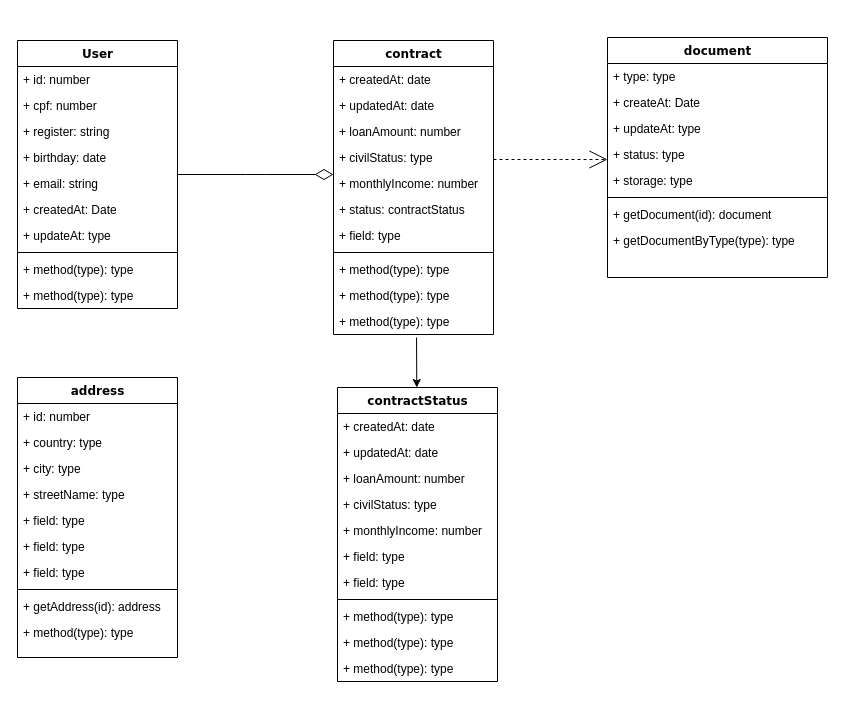
The draw.io diagram Untitled Diagram.drawio in MiltonQuirino/LoanContractManager, before the edit. Source tidied: cells renumbered, new cells numbered last; positions are measured from the earlier drawing's top-left corner, leaving out a move shared by most shapes. Both pictures are drawn from the tidied source at 100%, with x=0, y=0 at pixel (17, 37).
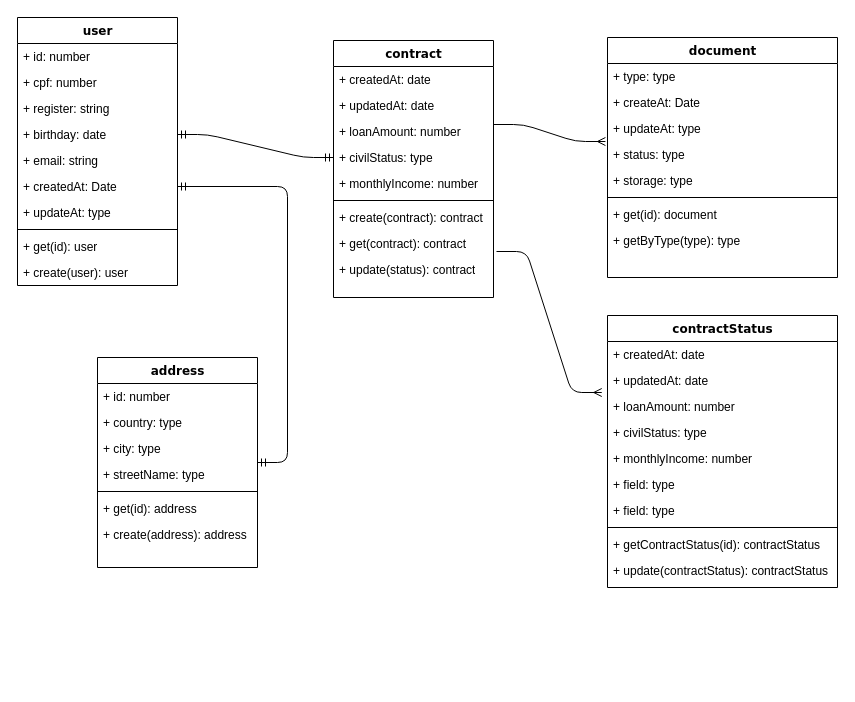
Above is the later version.

Unchanged cells that the change refers to:
```xml
<mxCell id="6" value="+ birthday: date" style="text;html=1;strokeColor=none;fillColor=none;align=left;verticalAlign=top;spacingLeft=4;spacingRight=4;whiteSpace=wrap;overflow=hidden;points=[[0,0.5],[1,0.5]];portConstraint=eastwest;" parent="2" vertex="1">
  <mxGeometry y="104" width="160" height="26" as="geometry" />
</mxCell>
<mxCell id="8" value="+ createdAt: Date" style="text;html=1;strokeColor=none;fillColor=none;align=left;verticalAlign=top;spacingLeft=4;spacingRight=4;whiteSpace=wrap;overflow=hidden;points=[[0,0.5],[1,0.5]];portConstraint=eastwest;" parent="2" vertex="1">
  <mxGeometry y="156" width="160" height="26" as="geometry" />
</mxCell>
<mxCell id="18" value="+ civilStatus: type" style="text;html=1;strokeColor=none;fillColor=none;align=left;verticalAlign=top;spacingLeft=4;spacingRight=4;whiteSpace=wrap;overflow=hidden;points=[[0,0.5],[1,0.5]];portConstraint=eastwest;" parent="14" vertex="1">
  <mxGeometry y="104" width="160" height="26" as="geometry" />
</mxCell>
```

Change to the diagram source:
```diff
@@
-    <mxCell id="2" value="User" style="swimlane;html=1;fontStyle=1;align=center;verticalAlign=top;horizontal=1;startSize=26;swimlaneFillColor=#ffffff;rounded=0;shadow=0;comic=0;labelBackgroundColor=none;strokeWidth=1;fillColor=none;fontFamily=Verdana;fontSize=12;" parent="1" vertex="1">
-      <mxGeometry y="3" width="160" height="268" as="geometry" />
+    <mxCell id="2" value="user" style="swimlane;html=1;fontStyle=1;align=center;verticalAlign=top;horizontal=1;startSize=26;swimlaneFillColor=#ffffff;rounded=0;shadow=0;comic=0;labelBackgroundColor=none;strokeWidth=1;fillColor=none;fontFamily=Verdana;fontSize=12;" parent="1" vertex="1">
+      <mxGeometry y="-20" width="160" height="268" as="geometry" />
     </mxCell>
@@
-    <mxCell id="11" value="+ method(type): type" style="text;html=1;strokeColor=none;fillColor=none;align=left;verticalAlign=top;spacingLeft=4;spacingRight=4;whiteSpace=wrap;overflow=hidden;" parent="2" vertex="1">
+    <mxCell id="11" value="+ get(id): user" style="text;html=1;strokeColor=none;fillColor=none;align=left;verticalAlign=top;spacingLeft=4;spacingRight=4;whiteSpace=wrap;overflow=hidden;" parent="2" vertex="1">
       <mxGeometry y="216" width="160" height="26" as="geometry" />
     </mxCell>
-    <mxCell id="12" value="+ method(type): type" style="text;html=1;strokeColor=none;fillColor=none;align=left;verticalAlign=top;spacingLeft=4;spacingRight=4;whiteSpace=wrap;overflow=hidden;" parent="2" vertex="1">
+    <mxCell id="12" value="+ create(user): user" style="text;html=1;strokeColor=none;fillColor=none;align=left;verticalAlign=top;spacingLeft=4;spacingRight=4;whiteSpace=wrap;overflow=hidden;" parent="2" vertex="1">
       <mxGeometry y="242" width="160" height="26" as="geometry" />
     </mxCell>
-    <mxCell id="13" style="edgeStyle=elbowEdgeStyle;html=1;labelBackgroundColor=none;startFill=0;startSize=8;endArrow=open;endFill=0;endSize=16;fontFamily=Verdana;fontSize=12;elbow=vertical;dashed=1;" parent="1" edge="1" source="14" target="26">
-      <mxGeometry relative="1" as="geometry" />
-    </mxCell>
     <mxCell id="14" value="contract" style="swimlane;html=1;fontStyle=1;align=center;verticalAlign=top;horizontal=1;startSize=26;swimlaneFillColor=#ffffff;rounded=0;shadow=0;comic=0;labelBackgroundColor=none;strokeWidth=1;fillColor=none;fontFamily=Verdana;fontSize=12;" parent="1" vertex="1">
-      <mxGeometry x="316" y="3" width="160" height="294" as="geometry" />
+      <mxGeometry x="316" y="3" width="160" height="257" as="geometry" />
     </mxCell>
@@
-    <mxCell id="20" value="+ status: contractStatus" style="text;html=1;strokeColor=none;fillColor=none;align=left;verticalAlign=top;spacingLeft=4;spacingRight=4;whiteSpace=wrap;overflow=hidden;" parent="14" vertex="1">
-      <mxGeometry y="156" width="160" height="26" as="geometry" />
-    </mxCell>
-    <mxCell id="21" value="+ field: type" style="text;html=1;strokeColor=none;fillColor=none;align=left;verticalAlign=top;spacingLeft=4;spacingRight=4;whiteSpace=wrap;overflow=hidden;" parent="14" vertex="1">
-      <mxGeometry y="182" width="160" height="26" as="geometry" />
-    </mxCell>
     <mxCell id="22" style="line;html=1;strokeWidth=1;fillColor=none;align=left;verticalAlign=middle;spacingTop=-1;spacingLeft=3;spacingRight=3;labelPosition=right;" parent="14" vertex="1">
-      <mxGeometry y="208" width="160" height="8" as="geometry" />
+      <mxGeometry y="156" width="160" height="8" as="geometry" />
     </mxCell>
-    <mxCell id="23" value="+ method(type): type" style="text;html=1;strokeColor=none;fillColor=none;align=left;verticalAlign=top;spacingLeft=4;spacingRight=4;whiteSpace=wrap;overflow=hidden;" parent="14" vertex="1">
-      <mxGeometry y="216" width="160" height="26" as="geometry" />
+    <mxCell id="23" value="+ create(contract): contract" style="text;html=1;strokeColor=none;fillColor=none;align=left;verticalAlign=top;spacingLeft=4;spacingRight=4;whiteSpace=wrap;overflow=hidden;" parent="14" vertex="1">
+      <mxGeometry y="164" width="160" height="26" as="geometry" />
     </mxCell>
-    <mxCell id="24" value="+ method(type): type" style="text;html=1;strokeColor=none;fillColor=none;align=left;verticalAlign=top;spacingLeft=4;spacingRight=4;whiteSpace=wrap;overflow=hidden;" parent="14" vertex="1">
-      <mxGeometry y="242" width="160" height="26" as="geometry" />
-    </mxCell>
-    <mxCell id="25" value="+ method(type): type" style="text;html=1;strokeColor=none;fillColor=none;align=left;verticalAlign=top;spacingLeft=4;spacingRight=4;whiteSpace=wrap;overflow=hidden;points=[[0,0.5],[1,0.5]];portConstraint=eastwest;" parent="14" vertex="1">
-      <mxGeometry y="268" width="160" height="26" as="geometry" />
-    </mxCell>
+    <mxCell id="60" value="+ get(contract): contract" style="text;html=1;strokeColor=none;fillColor=none;align=left;verticalAlign=top;spacingLeft=4;spacingRight=4;whiteSpace=wrap;overflow=hidden;" parent="14" vertex="1">
+      <mxGeometry y="190" width="160" height="26" as="geometry" />
+    </mxCell>
+    <mxCell id="61" value="+ update(status): contract" style="text;html=1;strokeColor=none;fillColor=none;align=left;verticalAlign=top;spacingLeft=4;spacingRight=4;whiteSpace=wrap;overflow=hidden;" parent="14" vertex="1">
+      <mxGeometry y="216" width="160" height="26" as="geometry" />
+    </mxCell>
     <mxCell id="26" value="document" style="swimlane;html=1;fontStyle=1;align=center;verticalAlign=top;horizontal=1;startSize=26;swimlaneFillColor=#ffffff;rounded=0;shadow=0;comic=0;labelBackgroundColor=none;strokeWidth=1;fillColor=none;fontFamily=Verdana;fontSize=12;" parent="1" vertex="1">
-      <mxGeometry x="590" width="220" height="240" as="geometry" />
+      <mxGeometry x="590" width="230" height="240" as="geometry" />
     </mxCell>
     <mxCell id="27" value="+ type: type" style="text;html=1;strokeColor=none;fillColor=none;align=left;verticalAlign=top;spacingLeft=4;spacingRight=4;whiteSpace=wrap;overflow=hidden;" parent="26" vertex="1">
-      <mxGeometry y="26" width="220" height="26" as="geometry" />
+      <mxGeometry y="26" width="230" height="26" as="geometry" />
     </mxCell>
     <mxCell id="28" value="+ createAt: Date" style="text;html=1;strokeColor=none;fillColor=none;align=left;verticalAlign=top;spacingLeft=4;spacingRight=4;whiteSpace=wrap;overflow=hidden;" parent="26" vertex="1">
-      <mxGeometry y="52" width="220" height="26" as="geometry" />
+      <mxGeometry y="52" width="230" height="26" as="geometry" />
     </mxCell>
     <mxCell id="29" value="+ updateAt: type" style="text;html=1;strokeColor=none;fillColor=none;align=left;verticalAlign=top;spacingLeft=4;spacingRight=4;whiteSpace=wrap;overflow=hidden;points=[[0,0.5],[1,0.5]];portConstraint=eastwest;" parent="26" vertex="1">
-      <mxGeometry y="78" width="220" height="26" as="geometry" />
+      <mxGeometry y="78" width="230" height="26" as="geometry" />
     </mxCell>
     <mxCell id="30" value="+ status: type" style="text;html=1;strokeColor=none;fillColor=none;align=left;verticalAlign=top;spacingLeft=4;spacingRight=4;whiteSpace=wrap;overflow=hidden;" parent="26" vertex="1">
-      <mxGeometry y="104" width="220" height="26" as="geometry" />
+      <mxGeometry y="104" width="230" height="26" as="geometry" />
     </mxCell>
     <mxCell id="31" value="+ storage: type" style="text;html=1;strokeColor=none;fillColor=none;align=left;verticalAlign=top;spacingLeft=4;spacingRight=4;whiteSpace=wrap;overflow=hidden;" parent="26" vertex="1">
-      <mxGeometry y="130" width="220" height="26" as="geometry" />
+      <mxGeometry y="130" width="230" height="26" as="geometry" />
     </mxCell>
     <mxCell id="32" style="line;html=1;strokeWidth=1;fillColor=none;align=left;verticalAlign=middle;spacingTop=-1;spacingLeft=3;spacingRight=3;labelPosition=right;" parent="26" vertex="1">
-      <mxGeometry y="156" width="220" height="8" as="geometry" />
+      <mxGeometry y="156" width="230" height="8" as="geometry" />
     </mxCell>
-    <mxCell id="33" value="+ getDocument(id): document" style="text;html=1;strokeColor=none;fillColor=none;align=left;verticalAlign=top;spacingLeft=4;spacingRight=4;whiteSpace=wrap;overflow=hidden;" parent="26" vertex="1">
-      <mxGeometry y="164" width="220" height="26" as="geometry" />
+    <mxCell id="33" value="+ get(id): document" style="text;html=1;strokeColor=none;fillColor=none;align=left;verticalAlign=top;spacingLeft=4;spacingRight=4;whiteSpace=wrap;overflow=hidden;" parent="26" vertex="1">
+      <mxGeometry y="164" width="230" height="26" as="geometry" />
     </mxCell>
-    <mxCell id="34" value="+ getDocumentByType(type): type" style="text;html=1;strokeColor=none;fillColor=none;align=left;verticalAlign=top;spacingLeft=4;spacingRight=4;whiteSpace=wrap;overflow=hidden;" parent="26" vertex="1">
-      <mxGeometry y="190" width="220" height="50" as="geometry" />
+    <mxCell id="34" value="+ getByType(type): type" style="text;html=1;strokeColor=none;fillColor=none;align=left;verticalAlign=top;spacingLeft=4;spacingRight=4;whiteSpace=wrap;overflow=hidden;" parent="26" vertex="1">
+      <mxGeometry y="190" width="230" height="50" as="geometry" />
     </mxCell>
     <mxCell id="35" value="address" style="swimlane;html=1;fontStyle=1;align=center;verticalAlign=top;horizontal=1;startSize=26;swimlaneFillColor=#ffffff;rounded=0;shadow=0;comic=0;labelBackgroundColor=none;strokeWidth=1;fillColor=none;fontFamily=Verdana;fontSize=12;" parent="1" vertex="1">
-      <mxGeometry y="340" width="160" height="280" as="geometry" />
+      <mxGeometry x="80" y="320" width="160" height="210" as="geometry" />
     </mxCell>
@@
-    <mxCell id="40" value="+ field: type" style="text;html=1;strokeColor=none;fillColor=none;align=left;verticalAlign=top;spacingLeft=4;spacingRight=4;whiteSpace=wrap;overflow=hidden;" parent="35" vertex="1">
-      <mxGeometry y="130" width="160" height="26" as="geometry" />
-    </mxCell>
-    <mxCell id="41" value="+ field: type" style="text;html=1;strokeColor=none;fillColor=none;align=left;verticalAlign=top;spacingLeft=4;spacingRight=4;whiteSpace=wrap;overflow=hidden;" parent="35" vertex="1">
-      <mxGeometry y="156" width="160" height="26" as="geometry" />
-    </mxCell>
-    <mxCell id="42" value="+ field: type" style="text;html=1;strokeColor=none;fillColor=none;align=left;verticalAlign=top;spacingLeft=4;spacingRight=4;whiteSpace=wrap;overflow=hidden;" parent="35" vertex="1">
-      <mxGeometry y="182" width="160" height="26" as="geometry" />
-    </mxCell>
     <mxCell id="43" style="line;html=1;strokeWidth=1;fillColor=none;align=left;verticalAlign=middle;spacingTop=-1;spacingLeft=3;spacingRight=3;labelPosition=right;" parent="35" vertex="1">
-      <mxGeometry y="208" width="160" height="8" as="geometry" />
+      <mxGeometry y="130" width="160" height="8" as="geometry" />
     </mxCell>
-    <mxCell id="44" value="+ getAddress(id): address" style="text;html=1;strokeColor=none;fillColor=none;align=left;verticalAlign=top;spacingLeft=4;spacingRight=4;whiteSpace=wrap;overflow=hidden;" parent="35" vertex="1">
-      <mxGeometry y="216" width="160" height="26" as="geometry" />
+    <mxCell id="44" value="+ get(id): address" style="text;html=1;strokeColor=none;fillColor=none;align=left;verticalAlign=top;spacingLeft=4;spacingRight=4;whiteSpace=wrap;overflow=hidden;" parent="35" vertex="1">
+      <mxGeometry y="138" width="160" height="26" as="geometry" />
     </mxCell>
-    <mxCell id="45" value="+ method(type): type" style="text;html=1;strokeColor=none;fillColor=none;align=left;verticalAlign=top;spacingLeft=4;spacingRight=4;whiteSpace=wrap;overflow=hidden;" parent="35" vertex="1">
-      <mxGeometry y="242" width="160" height="26" as="geometry" />
+    <mxCell id="45" value="+ create(address): address" style="text;html=1;strokeColor=none;fillColor=none;align=left;verticalAlign=top;spacingLeft=4;spacingRight=4;whiteSpace=wrap;overflow=hidden;" parent="35" vertex="1">
+      <mxGeometry y="164" width="160" height="26" as="geometry" />
     </mxCell>
-    <mxCell id="46" style="edgeStyle=elbowEdgeStyle;html=1;labelBackgroundColor=none;startFill=0;startSize=8;endArrow=diamondThin;endFill=0;endSize=16;fontFamily=Verdana;fontSize=12;elbow=vertical;" parent="1" edge="1" source="2" target="14">
-      <mxGeometry relative="1" as="geometry" />
-    </mxCell>
     <mxCell id="47" value="contractStatus" style="swimlane;html=1;fontStyle=1;align=center;verticalAlign=top;horizontal=1;startSize=26;swimlaneFillColor=#ffffff;rounded=0;shadow=0;comic=0;labelBackgroundColor=none;strokeWidth=1;fillColor=none;fontFamily=Verdana;fontSize=12;" parent="1" vertex="1">
-      <mxGeometry x="320" y="350" width="160" height="294" as="geometry" />
+      <mxGeometry x="590" y="278" width="230" height="272" as="geometry" />
     </mxCell>
     <mxCell id="48" value="+ createdAt: date" style="text;html=1;strokeColor=none;fillColor=none;align=left;verticalAlign=top;spacingLeft=4;spacingRight=4;whiteSpace=wrap;overflow=hidden;" parent="47" vertex="1">
-      <mxGeometry y="26" width="160" height="26" as="geometry" />
+      <mxGeometry y="26" width="230" height="26" as="geometry" />
     </mxCell>
     <mxCell id="49" value="+ updatedAt: date" style="text;html=1;strokeColor=none;fillColor=none;align=left;verticalAlign=top;spacingLeft=4;spacingRight=4;whiteSpace=wrap;overflow=hidden;" parent="47" vertex="1">
-      <mxGeometry y="52" width="160" height="26" as="geometry" />
+      <mxGeometry y="52" width="230" height="26" as="geometry" />
     </mxCell>
     <mxCell id="50" value="+ loanAmount: number" style="text;html=1;strokeColor=none;fillColor=none;align=left;verticalAlign=top;spacingLeft=4;spacingRight=4;whiteSpace=wrap;overflow=hidden;points=[[0,0.5],[1,0.5]];portConstraint=eastwest;" parent="47" vertex="1">
-      <mxGeometry y="78" width="160" height="26" as="geometry" />
+      <mxGeometry y="78" width="230" height="26" as="geometry" />
     </mxCell>
     <mxCell id="51" value="+ civilStatus: type" style="text;html=1;strokeColor=none;fillColor=none;align=left;verticalAlign=top;spacingLeft=4;spacingRight=4;whiteSpace=wrap;overflow=hidden;" parent="47" vertex="1">
-      <mxGeometry y="104" width="160" height="26" as="geometry" />
+      <mxGeometry y="104" width="230" height="26" as="geometry" />
     </mxCell>
     <mxCell id="52" value="+ monthlyIncome: number" style="text;html=1;strokeColor=none;fillColor=none;align=left;verticalAlign=top;spacingLeft=4;spacingRight=4;whiteSpace=wrap;overflow=hidden;" parent="47" vertex="1">
-      <mxGeometry y="130" width="160" height="26" as="geometry" />
+      <mxGeometry y="130" width="230" height="26" as="geometry" />
     </mxCell>
     <mxCell id="53" value="+ field: type" style="text;html=1;strokeColor=none;fillColor=none;align=left;verticalAlign=top;spacingLeft=4;spacingRight=4;whiteSpace=wrap;overflow=hidden;" parent="47" vertex="1">
-      <mxGeometry y="156" width="160" height="26" as="geometry" />
+      <mxGeometry y="156" width="230" height="26" as="geometry" />
     </mxCell>
     <mxCell id="54" value="+ field: type" style="text;html=1;strokeColor=none;fillColor=none;align=left;verticalAlign=top;spacingLeft=4;spacingRight=4;whiteSpace=wrap;overflow=hidden;" parent="47" vertex="1">
-      <mxGeometry y="182" width="160" height="26" as="geometry" />
+      <mxGeometry y="182" width="230" height="26" as="geometry" />
     </mxCell>
     <mxCell id="55" style="line;html=1;strokeWidth=1;fillColor=none;align=left;verticalAlign=middle;spacingTop=-1;spacingLeft=3;spacingRight=3;labelPosition=right;" parent="47" vertex="1">
-      <mxGeometry y="208" width="160" height="8" as="geometry" />
+      <mxGeometry y="208" width="230" height="8" as="geometry" />
     </mxCell>
-    <mxCell id="56" value="+ method(type): type" style="text;html=1;strokeColor=none;fillColor=none;align=left;verticalAlign=top;spacingLeft=4;spacingRight=4;whiteSpace=wrap;overflow=hidden;" parent="47" vertex="1">
-      <mxGeometry y="216" width="160" height="26" as="geometry" />
+    <mxCell id="56" value="+ getContractStatus(id): contractStatus" style="text;html=1;strokeColor=none;fillColor=none;align=left;verticalAlign=top;spacingLeft=4;spacingRight=4;whiteSpace=wrap;overflow=hidden;" parent="47" vertex="1">
+      <mxGeometry y="216" width="230" height="26" as="geometry" />
     </mxCell>
-    <mxCell id="57" value="+ method(type): type" style="text;html=1;strokeColor=none;fillColor=none;align=left;verticalAlign=top;spacingLeft=4;spacingRight=4;whiteSpace=wrap;overflow=hidden;" parent="47" vertex="1">
-      <mxGeometry y="242" width="160" height="26" as="geometry" />
+    <mxCell id="57" value="+ update(contractStatus): contractStatus" style="text;html=1;strokeColor=none;fillColor=none;align=left;verticalAlign=top;spacingLeft=4;spacingRight=4;whiteSpace=wrap;overflow=hidden;" parent="47" vertex="1">
+      <mxGeometry y="242" width="230" height="26" as="geometry" />
     </mxCell>
-    <mxCell id="58" value="+ method(type): type" style="text;html=1;strokeColor=none;fillColor=none;align=left;verticalAlign=top;spacingLeft=4;spacingRight=4;whiteSpace=wrap;overflow=hidden;" parent="47" vertex="1">
-      <mxGeometry y="268" width="160" height="26" as="geometry" />
-    </mxCell>
-    <mxCell id="59" style="endArrow=classic;html=1;exitX=0.519;exitY=1.115;exitDx=0;exitDy=0;exitPerimeter=0;" parent="1" edge="1" source="25" target="47">
-      <mxGeometry relative="1" as="geometry" />
-    </mxCell>
+    <mxCell id="62" style="edgeStyle=entityRelationEdgeStyle;fontSize=12;html=1;endArrow=ERmany;exitX=1.019;exitY=-0.192;exitDx=0;exitDy=0;exitPerimeter=0;entryX=-0.025;entryY=-0.038;entryDx=0;entryDy=0;entryPerimeter=0;" parent="1" edge="1" target="50">
+      <mxGeometry relative="1" as="geometry">
+        <mxPoint x="479" y="214" as="sourcePoint" />
+      </mxGeometry>
+    </mxCell>
+    <mxCell id="63" style="edgeStyle=entityRelationEdgeStyle;fontSize=12;html=1;endArrow=ERmandOne;startArrow=ERmandOne;" parent="1" edge="1" source="35" target="8">
+      <mxGeometry relative="1" as="geometry" />
+    </mxCell>
+    <mxCell id="64" style="edgeStyle=entityRelationEdgeStyle;fontSize=12;html=1;endArrow=ERmandOne;startArrow=ERmandOne;" parent="1" edge="1" source="18" target="6">
+      <mxGeometry relative="1" as="geometry" />
+    </mxCell>
+    <mxCell id="65" style="edgeStyle=entityRelationEdgeStyle;fontSize=12;html=1;endArrow=ERmany;exitX=1.019;exitY=-0.192;exitDx=0;exitDy=0;exitPerimeter=0;entryX=-0.009;entryY=1;entryDx=0;entryDy=0;entryPerimeter=0;" parent="1" edge="1" target="29">
+      <mxGeometry relative="1" as="geometry">
+        <mxPoint x="476" y="87" as="sourcePoint" />
+      </mxGeometry>
+    </mxCell>
```
